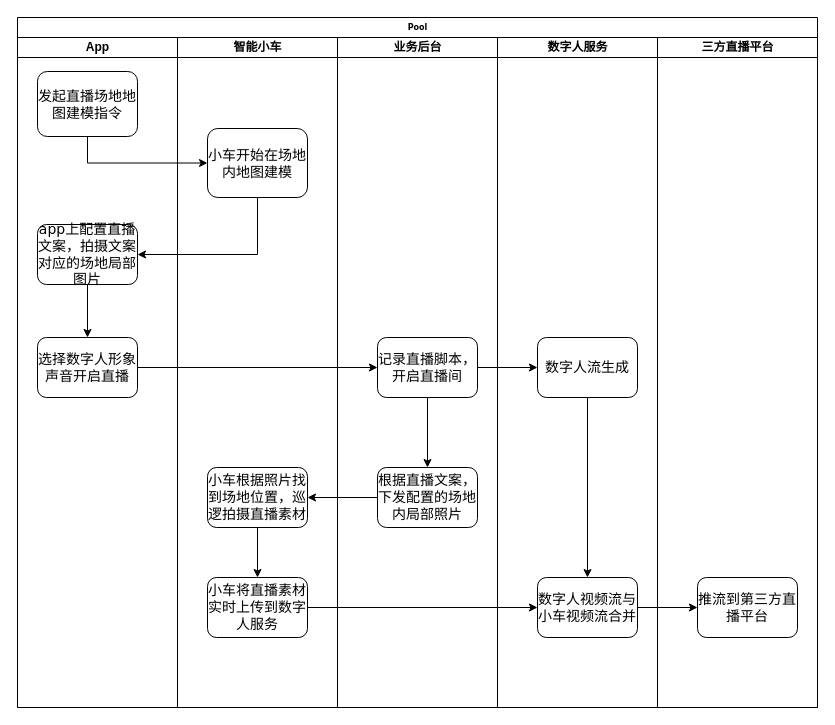
This is AI小车直播.drawio from hbulixu/diagrams_store, a draw.io file, before an edit. Source tidied: cells renumbered, new cells numbered last; positions are measured from the earlier drawing's top-left corner, leaving out a move shared by most shapes. Both pictures are drawn from the tidied source at 100%, with x=0, y=0 at pixel (17, 17).
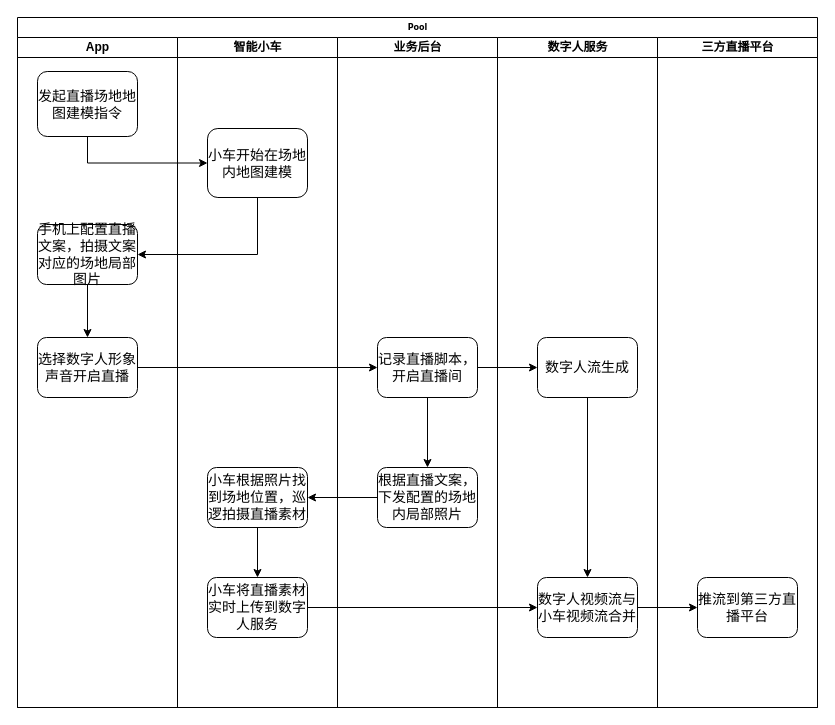
Above is the later version.

Commit message:
更新AI小车直播.drawio

Unchanged cells that the change refers to:
```xml
<mxCell id="3" value="App" style="swimlane;html=1;startSize=20;" parent="2" vertex="1">
  <mxGeometry y="20" width="160" height="670" as="geometry" />
</mxCell>
```

The edit, as a diff of the source:
```diff
@@
-<mxGraphModel>
+<mxGraphModel background="#ffffff">
@@
-    <mxCell id="6" value="&lt;span style=&quot;font-size: 14px;&quot;&gt;app上配置直播文案，拍摄文案对应的场地局部图片&lt;/span&gt;" style="rounded=1;whiteSpace=wrap;html=1;shadow=0;labelBackgroundColor=none;strokeWidth=1;fontFamily=Verdana;fontSize=8;align=center;" parent="3" vertex="1">
+    <mxCell id="6" value="&lt;span style=&quot;font-size: 14px;&quot;&gt;手机上配置直播文案，拍摄文案对应的场地局部图片&lt;/span&gt;" style="rounded=1;whiteSpace=wrap;html=1;shadow=0;labelBackgroundColor=none;strokeWidth=1;fontFamily=Verdana;fontSize=8;align=center;" parent="3" vertex="1">
       <mxGeometry x="20" y="187" width="100" height="60" as="geometry" />
     </mxCell>
```
